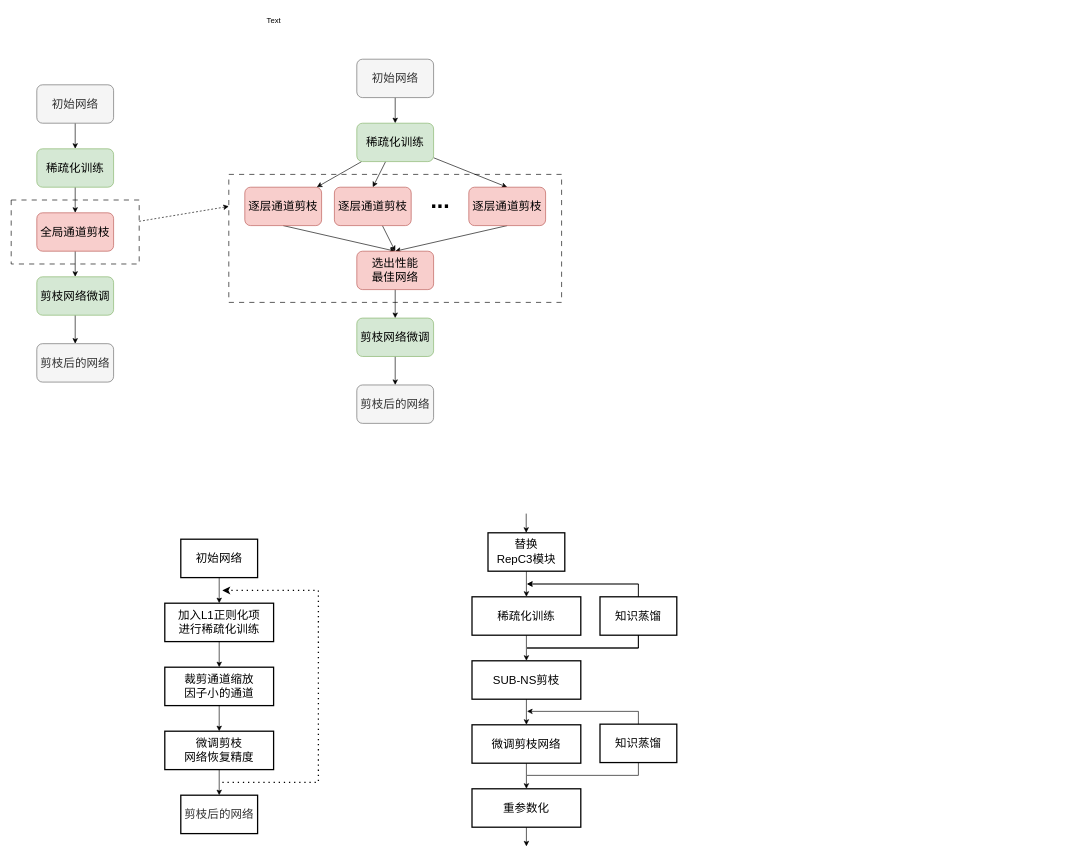
Before: 未命名绘图.drawio in Bukayoooo/Draws, a draw.io diagram. Source tidied: cells renumbered, new cells numbered last; positions are measured from the earlier drawing's top-left corner, leaving out a move shared by most shapes. Both pictures are drawn from the tidied source at 64%, with x=0, y=0 at pixel (11, 11).
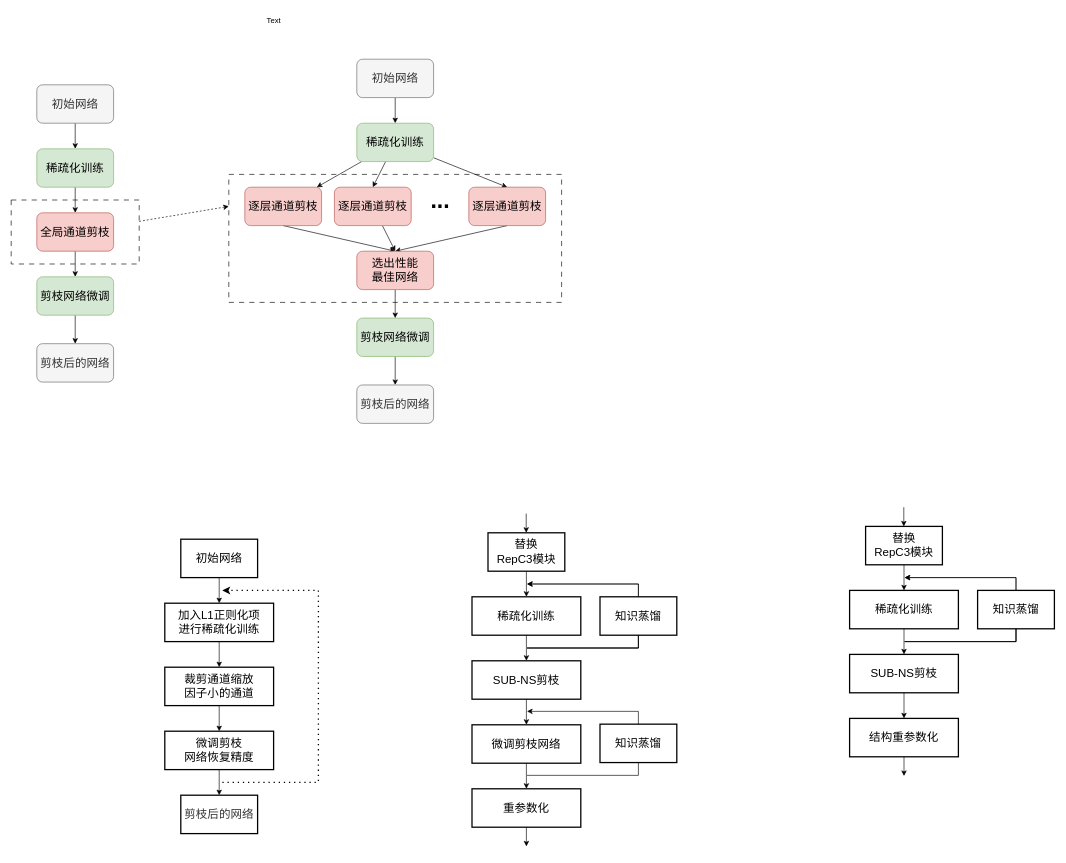
Above is the later version.

Commit message:
更新未命名绘图.drawio

The edit, as a diff of the source:
```diff
@@
+    <mxCell id="63" style="edgeStyle=orthogonalEdgeStyle;rounded=0;jettySize=auto;html=1;fontSize=18;" parent="1" edge="1" source="64" target="66">
+      <mxGeometry relative="1" as="geometry" />
+    </mxCell>
+    <mxCell id="64" value="&lt;font style=&quot;font-size: 18px;&quot;&gt;替换&lt;br&gt;RepC3模块&lt;/font&gt;" style="rounded=0;whiteSpace=wrap;html=1;fillColor=none;strokeWidth=2;" parent="1" vertex="1">
+      <mxGeometry x="1335" y="805" width="120" height="60" as="geometry" />
+    </mxCell>
+    <mxCell id="65" style="edgeStyle=orthogonalEdgeStyle;rounded=0;jettySize=auto;html=1;fontSize=18;" parent="1" edge="1" source="66" target="68">
+      <mxGeometry relative="1" as="geometry" />
+    </mxCell>
+    <mxCell id="66" value="&lt;span style=&quot;font-size: 18px;&quot;&gt;稀疏化训练&lt;/span&gt;" style="rounded=0;whiteSpace=wrap;html=1;fillColor=none;strokeColor=#000000;glass=0;strokeWidth=2;" parent="1" vertex="1">
+      <mxGeometry x="1310" y="905" width="170" height="60" as="geometry" />
+    </mxCell>
+    <mxCell id="67" style="edgeStyle=orthogonalEdgeStyle;rounded=0;jettySize=auto;html=1;fontSize=18;" parent="1" edge="1" source="68">
+      <mxGeometry relative="1" as="geometry">
+        <mxPoint x="1395" y="1105" as="targetPoint" />
+      </mxGeometry>
+    </mxCell>
+    <mxCell id="68" value="&lt;span style=&quot;font-size: 18px;&quot;&gt;SUB-NS剪枝&lt;/span&gt;" style="rounded=0;whiteSpace=wrap;html=1;fillColor=none;strokeColor=#000000;strokeWidth=2;" parent="1" vertex="1">
+      <mxGeometry x="1310" y="1005" width="170" height="60" as="geometry" />
+    </mxCell>
+    <mxCell id="69" style="edgeStyle=orthogonalEdgeStyle;rounded=0;jettySize=auto;html=1;exitX=0.5;exitY=0;exitDx=0;exitDy=0;" parent="1" edge="1" source="70">
+      <mxGeometry relative="1" as="geometry">
+        <mxPoint x="1396" y="885" as="targetPoint" />
+        <Array as="points">
+          <mxPoint x="1570" y="885" />
+        </Array>
+      </mxGeometry>
+    </mxCell>
+    <mxCell id="70" value="&lt;span style=&quot;font-size: 18px;&quot;&gt;知识蒸馏&lt;/span&gt;" style="rounded=0;whiteSpace=wrap;html=1;fillColor=none;strokeColor=#000000;glass=0;strokeWidth=2;" parent="1" vertex="1">
+      <mxGeometry x="1510" y="905" width="120" height="60" as="geometry" />
+    </mxCell>
+    <mxCell id="71" style="edgeStyle=orthogonalEdgeStyle;rounded=0;jettySize=auto;html=1;exitX=0.5;exitY=1;exitDx=0;exitDy=0;startArrow=none;startFill=0;endArrow=none;endFill=0;" parent="1" edge="1" source="70">
+      <mxGeometry relative="1" as="geometry">
+        <mxPoint x="1396" y="985" as="targetPoint" />
+        <Array as="points">
+          <mxPoint x="1570" y="985" />
+        </Array>
+      </mxGeometry>
+    </mxCell>
+    <mxCell id="72" style="edgeStyle=orthogonalEdgeStyle;rounded=0;jettySize=auto;html=1;" parent="1" edge="1" source="73">
+      <mxGeometry relative="1" as="geometry">
+        <mxPoint x="1395" y="1195" as="targetPoint" />
+      </mxGeometry>
+    </mxCell>
+    <mxCell id="73" value="&lt;span style=&quot;font-size: 18px;&quot;&gt;结构重参数化&lt;/span&gt;" style="rounded=0;whiteSpace=wrap;html=1;fillColor=none;strokeColor=#000000;strokeWidth=2;" parent="1" vertex="1">
+      <mxGeometry x="1310" y="1105" width="170" height="60" as="geometry" />
+    </mxCell>
+    <mxCell id="74" style="edgeStyle=orthogonalEdgeStyle;rounded=0;orthogonalLoop=1;jettySize=auto;html=1;exitX=0.5;exitY=1;exitDx=0;exitDy=0;startArrow=none;startFill=0;endArrow=none;endFill=0;" parent="1" edge="1">
+      <mxGeometry relative="1" as="geometry">
+        <mxPoint x="1570" y="965" as="sourcePoint" />
+        <mxPoint x="1396" y="985" as="targetPoint" />
+        <Array as="points">
+          <mxPoint x="1570" y="985" />
+        </Array>
+      </mxGeometry>
+    </mxCell>
+    <mxCell id="75" style="edgeStyle=orthogonalEdgeStyle;rounded=0;orthogonalLoop=1;jettySize=auto;html=1;exitX=0.5;exitY=1;exitDx=0;exitDy=0;startArrow=none;startFill=0;endArrow=none;endFill=0;" parent="1" edge="1">
+      <mxGeometry relative="1" as="geometry">
+        <mxPoint x="1570" y="965" as="sourcePoint" />
+        <mxPoint x="1396" y="985" as="targetPoint" />
+        <Array as="points">
+          <mxPoint x="1570" y="985" />
+        </Array>
+      </mxGeometry>
+    </mxCell>
+    <mxCell id="76" style="edgeStyle=orthogonalEdgeStyle;rounded=0;orthogonalLoop=1;jettySize=auto;html=1;exitX=0.5;exitY=0;exitDx=0;exitDy=0;" parent="1" edge="1">
+      <mxGeometry relative="1" as="geometry">
+        <mxPoint x="1570" y="905" as="sourcePoint" />
+        <mxPoint x="1396" y="885" as="targetPoint" />
+        <Array as="points">
+          <mxPoint x="1570" y="885" />
+        </Array>
+      </mxGeometry>
+    </mxCell>
+    <mxCell id="77" style="edgeStyle=orthogonalEdgeStyle;rounded=0;orthogonalLoop=1;jettySize=auto;html=1;" parent="1" edge="1">
+      <mxGeometry relative="1" as="geometry">
+        <mxPoint x="1394.7" y="775" as="sourcePoint" />
+        <mxPoint x="1394.7" y="805" as="targetPoint" />
+      </mxGeometry>
+    </mxCell>
```
